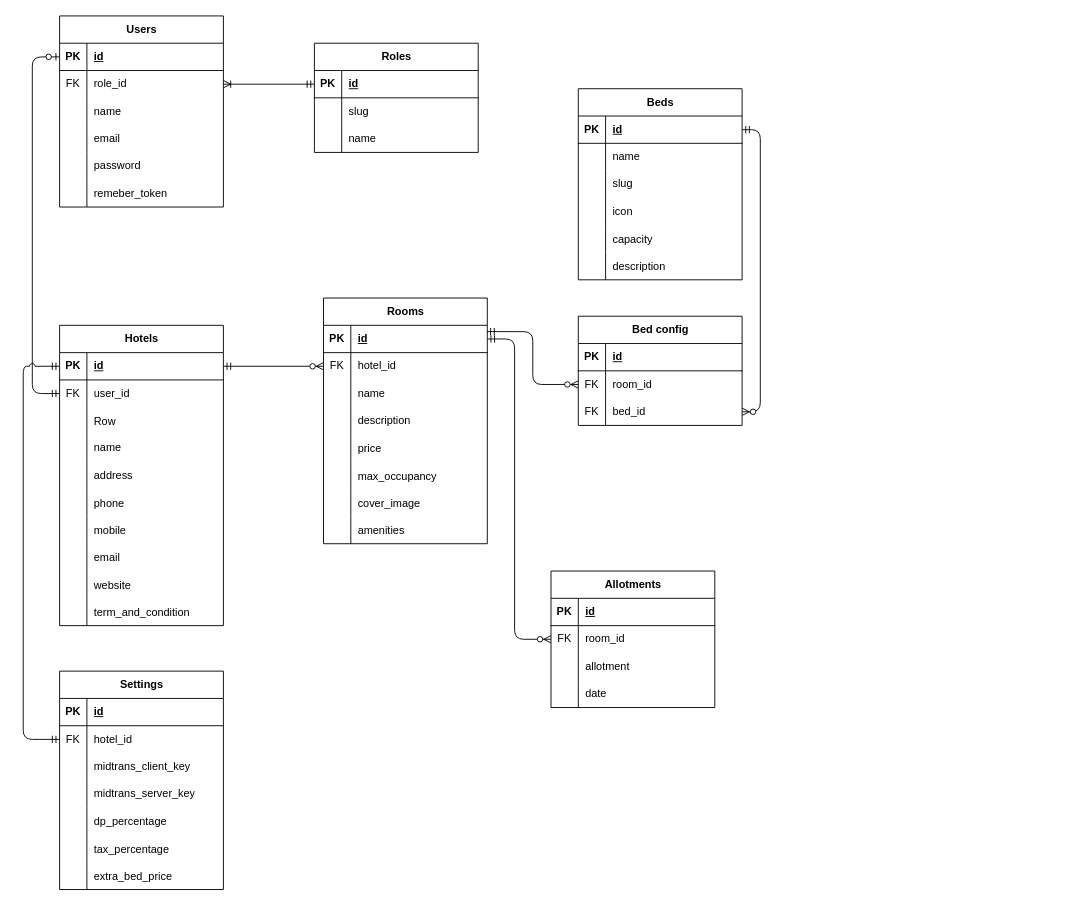
Above: diagram.drawio in Hans-Star18/ta-booking-system (draw.io), before the change. Source tidied: cells renumbered, new cells numbered last; positions are measured from the earlier drawing's top-left corner, leaving out a move shared by most shapes. Both pictures are drawn from the tidied source at 91%, with x=0, y=0 at pixel (23, 15).
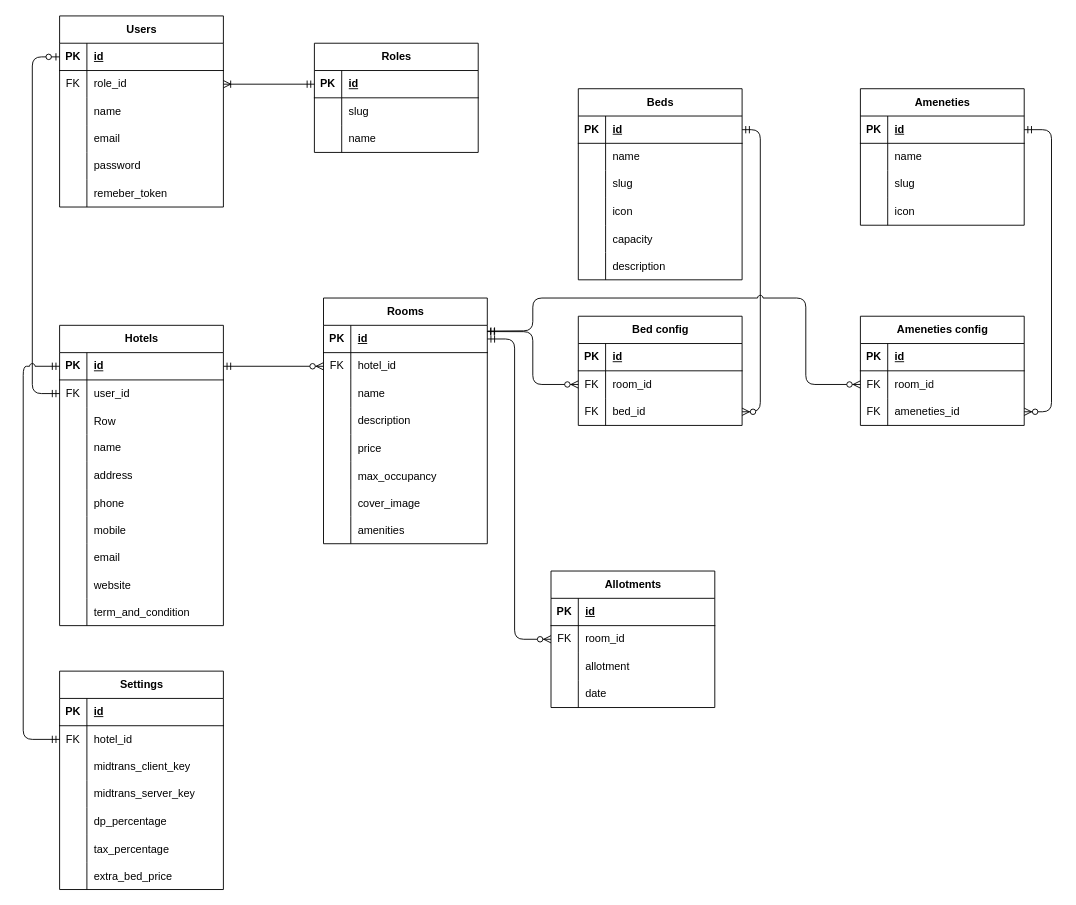
Above is the later version.

The change refers to these unchanged cells:
```xml
<mxCell id="65" style="shape=tableRow;horizontal=0;startSize=0;swimlaneHead=0;swimlaneBody=0;fillColor=none;points=[[0,0.5],[1,0.5]];portConstraint=eastwest;top=0;left=0;right=0;bottom=1;" parent="64" vertex="1">
  <mxGeometry y="30" width="180" height="30" as="geometry" />
</mxCell>
<mxCell id="127" style="shape=tableRow;horizontal=0;startSize=0;swimlaneHead=0;swimlaneBody=0;fillColor=none;points=[[0,0.5],[1,0.5]];portConstraint=eastwest;top=0;left=0;right=0;bottom=0;" parent="123" vertex="1">
  <mxGeometry y="60" width="180" height="30" as="geometry" />
</mxCell>
```

The edit, as a diff of the source:
```diff
@@
-    <mxCell id="133" style="fontSize=12;html=1;endArrow=ERzeroToMany;startArrow=ERmandOne;exitX=0.998;exitY=0.229;exitDx=0;exitDy=0;entryX=0;entryY=0.5;entryDx=0;entryDy=0;exitPerimeter=0;" parent="1" edge="1" source="65" target="127">
+    <mxCell id="133" style="fontSize=12;html=1;endArrow=ERzeroToMany;startArrow=ERmandOne;exitX=0.998;exitY=0.229;exitDx=0;exitDy=0;entryX=0;entryY=0.5;entryDx=0;entryDy=0;exitPerimeter=0;jumpStyle=arc;" parent="1" edge="1" source="65" target="127">
       <mxGeometry relative="1" as="geometry">
         <Array as="points">
           <mxPoint x="560" y="347" />
           <mxPoint x="560" y="405" />
         </Array>
       </mxGeometry>
     </mxCell>
@@
+    <mxCell id="158" value="Ameneties" style="shape=table;startSize=30;childLayout=tableLayout;rowLines=0;fontStyle=1;align=center;html=1;" parent="1" vertex="1">
+      <mxGeometry x="920" y="80" width="180" height="150" as="geometry" />
+    </mxCell>
+    <mxCell id="159" style="shape=tableRow;horizontal=0;startSize=0;swimlaneHead=0;swimlaneBody=0;fillColor=none;points=[[0,0.5],[1,0.5]];portConstraint=eastwest;top=0;left=0;right=0;bottom=1;" parent="158" vertex="1">
+      <mxGeometry y="30" width="180" height="30" as="geometry" />
+    </mxCell>
+    <mxCell id="160" value="PK" style="shape=partialRectangle;fillColor=none;top=0;left=0;bottom=0;right=0;fontStyle=1;overflow=hidden;whiteSpace=wrap;html=1;" parent="159" vertex="1">
+      <mxGeometry width="30" height="30" as="geometry" />
+    </mxCell>
+    <mxCell id="161" value="id" style="shape=partialRectangle;fillColor=none;top=0;left=0;bottom=0;right=0;align=left;spacingLeft=6;fontStyle=5;overflow=hidden;whiteSpace=wrap;html=1;" parent="159" vertex="1">
+      <mxGeometry x="30" width="150" height="30" as="geometry" />
+    </mxCell>
+    <mxCell id="162" style="shape=tableRow;horizontal=0;startSize=0;swimlaneHead=0;swimlaneBody=0;fillColor=none;top=0;left=0;right=0;bottom=0;" parent="158" vertex="1">
+      <mxGeometry y="60" width="180" height="30" as="geometry" />
+    </mxCell>
+    <mxCell id="163" style="shape=partialRectangle;fillColor=none;top=0;left=0;bottom=0;right=0;overflow=hidden;whiteSpace=wrap;html=1;" parent="162" vertex="1">
+      <mxGeometry width="30" height="30" as="geometry" />
+    </mxCell>
+    <mxCell id="164" value="name" style="shape=partialRectangle;fillColor=none;top=0;left=0;bottom=0;right=0;align=left;spacingLeft=6;overflow=hidden;whiteSpace=wrap;html=1;" parent="162" vertex="1">
+      <mxGeometry x="30" width="150" height="30" as="geometry" />
+    </mxCell>
+    <mxCell id="165" style="shape=tableRow;horizontal=0;startSize=0;swimlaneHead=0;swimlaneBody=0;fillColor=none;top=0;left=0;right=0;bottom=0;" parent="158" vertex="1">
+      <mxGeometry y="90" width="180" height="30" as="geometry" />
+    </mxCell>
+    <mxCell id="166" style="shape=partialRectangle;fillColor=none;top=0;left=0;bottom=0;right=0;overflow=hidden;whiteSpace=wrap;html=1;" parent="165" vertex="1">
+      <mxGeometry width="30" height="30" as="geometry" />
+    </mxCell>
+    <mxCell id="167" value="slug" style="shape=partialRectangle;fillColor=none;top=0;left=0;bottom=0;right=0;align=left;spacingLeft=6;overflow=hidden;whiteSpace=wrap;html=1;" parent="165" vertex="1">
+      <mxGeometry x="30" width="150" height="30" as="geometry" />
+    </mxCell>
+    <mxCell id="168" style="shape=tableRow;horizontal=0;startSize=0;swimlaneHead=0;swimlaneBody=0;fillColor=none;top=0;left=0;right=0;bottom=0;" parent="158" vertex="1">
+      <mxGeometry y="120" width="180" height="30" as="geometry" />
+    </mxCell>
+    <mxCell id="169" style="shape=partialRectangle;fillColor=none;top=0;left=0;bottom=0;right=0;overflow=hidden;whiteSpace=wrap;html=1;" parent="168" vertex="1">
+      <mxGeometry width="30" height="30" as="geometry" />
+    </mxCell>
+    <mxCell id="170" value="icon" style="shape=partialRectangle;fillColor=none;top=0;left=0;bottom=0;right=0;align=left;spacingLeft=6;overflow=hidden;whiteSpace=wrap;html=1;" parent="168" vertex="1">
+      <mxGeometry x="30" width="150" height="30" as="geometry" />
+    </mxCell>
+    <mxCell id="171" value="Ameneties config" style="shape=table;startSize=30;childLayout=tableLayout;rowLines=0;fontStyle=1;align=center;html=1;" parent="1" vertex="1">
+      <mxGeometry x="920" y="330" width="180" height="120" as="geometry" />
+    </mxCell>
+    <mxCell id="172" style="shape=tableRow;horizontal=0;startSize=0;swimlaneHead=0;swimlaneBody=0;fillColor=none;top=0;left=0;right=0;bottom=1;" parent="171" vertex="1">
+      <mxGeometry y="30" width="180" height="30" as="geometry" />
+    </mxCell>
+    <mxCell id="173" value="PK" style="shape=partialRectangle;fillColor=none;top=0;left=0;bottom=0;right=0;fontStyle=1;overflow=hidden;whiteSpace=wrap;html=1;" parent="172" vertex="1">
+      <mxGeometry width="30" height="30" as="geometry" />
+    </mxCell>
+    <mxCell id="174" value="id" style="shape=partialRectangle;fillColor=none;top=0;left=0;bottom=0;right=0;align=left;spacingLeft=6;fontStyle=5;overflow=hidden;whiteSpace=wrap;html=1;" parent="172" vertex="1">
+      <mxGeometry x="30" width="150" height="30" as="geometry" />
+    </mxCell>
+    <mxCell id="175" style="shape=tableRow;horizontal=0;startSize=0;swimlaneHead=0;swimlaneBody=0;fillColor=none;points=[[0,0.5],[1,0.5]];portConstraint=eastwest;top=0;left=0;right=0;bottom=0;" parent="171" vertex="1">
+      <mxGeometry y="60" width="180" height="30" as="geometry" />
+    </mxCell>
+    <mxCell id="176" value="FK" style="shape=partialRectangle;fillColor=none;top=0;left=0;bottom=0;right=0;overflow=hidden;whiteSpace=wrap;html=1;" parent="175" vertex="1">
+      <mxGeometry width="30" height="30" as="geometry" />
+    </mxCell>
+    <mxCell id="177" value="room_id" style="shape=partialRectangle;fillColor=none;top=0;left=0;bottom=0;right=0;align=left;spacingLeft=6;overflow=hidden;whiteSpace=wrap;html=1;" parent="175" vertex="1">
+      <mxGeometry x="30" width="150" height="30" as="geometry" />
+    </mxCell>
+    <mxCell id="178" style="shape=tableRow;horizontal=0;startSize=0;swimlaneHead=0;swimlaneBody=0;fillColor=none;points=[[0,0.5],[1,0.5]];portConstraint=eastwest;top=0;left=0;right=0;bottom=0;" parent="171" vertex="1">
+      <mxGeometry y="90" width="180" height="30" as="geometry" />
+    </mxCell>
+    <mxCell id="179" value="FK" style="shape=partialRectangle;fillColor=none;top=0;left=0;bottom=0;right=0;overflow=hidden;whiteSpace=wrap;html=1;" parent="178" vertex="1">
+      <mxGeometry width="30" height="30" as="geometry" />
+    </mxCell>
+    <mxCell id="180" value="ameneties_id" style="shape=partialRectangle;fillColor=none;top=0;left=0;bottom=0;right=0;align=left;spacingLeft=6;overflow=hidden;whiteSpace=wrap;html=1;" parent="178" vertex="1">
+      <mxGeometry x="30" width="150" height="30" as="geometry" />
+    </mxCell>
+    <mxCell id="181" style="fontSize=12;html=1;endArrow=ERzeroToMany;startArrow=ERmandOne;exitX=1;exitY=0.5;exitDx=0;exitDy=0;entryX=1;entryY=0.5;entryDx=0;entryDy=0;" parent="1" edge="1" source="159" target="178">
+      <mxGeometry relative="1" as="geometry">
+        <Array as="points">
+          <mxPoint x="1130" y="125" />
+          <mxPoint x="1130" y="435" />
+        </Array>
+      </mxGeometry>
+    </mxCell>
+    <mxCell id="182" style="fontSize=12;html=1;endArrow=ERzeroToMany;startArrow=ERmandOne;exitX=1;exitY=0.211;exitDx=0;exitDy=0;entryX=0;entryY=0.5;entryDx=0;entryDy=0;exitPerimeter=0;jumpStyle=arc;" parent="1" edge="1" source="65" target="175">
+      <mxGeometry relative="1" as="geometry">
+        <Array as="points">
+          <mxPoint x="560" y="346" />
+          <mxPoint x="560" y="310" />
+          <mxPoint x="860" y="310" />
+          <mxPoint x="860" y="405" />
+        </Array>
+      </mxGeometry>
+    </mxCell>
```
